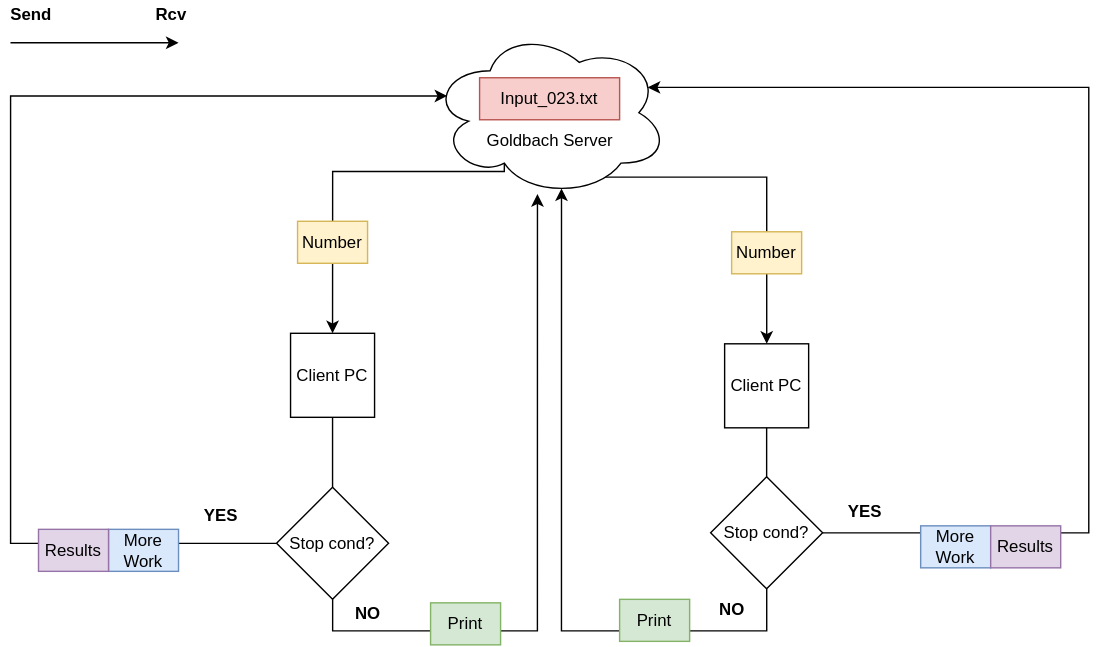
Earlier version of the draw.io export goldbach_server/design/server_design.svg (LeonelCamposM/Goldbach-sConjecture). Source tidied: cells renumbered, new cells last; positions are measured from the earlier drawing's top-left corner, leaving out a move shared by most shapes.
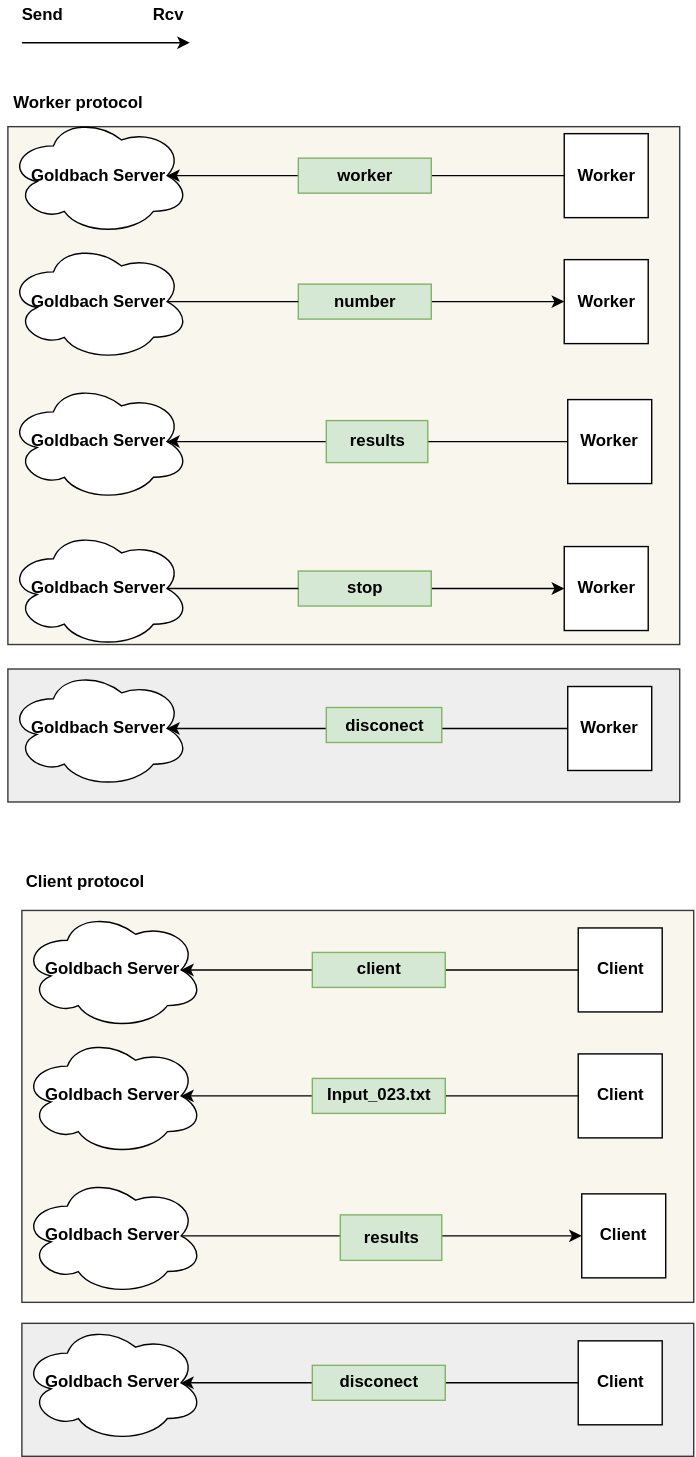
Above is the later version.

Commit message:
update design protocol

Diff of the diagram source:
```diff
@@ -2,130 +2,149 @@
   <root>
     <mxCell id="0" />
     <mxCell id="1" parent="0" />
-    <mxCell id="2" style="edgeStyle=orthogonalEdgeStyle;rounded=0;jettySize=auto;html=1;entryX=0.5;entryY=0;entryDx=0;entryDy=0;exitX=0.31;exitY=0.8;exitDx=0;exitDy=0;exitPerimeter=0;" parent="1" edge="1" source="4" target="5">
-      <mxGeometry relative="1" as="geometry">
-        <Array as="points">
-          <mxPoint x="230" y="122" />
-        </Array>
-      </mxGeometry>
-    </mxCell>
-    <mxCell id="3" style="edgeStyle=orthogonalEdgeStyle;rounded=0;jettySize=auto;html=1;exitX=0.55;exitY=0.95;exitDx=0;exitDy=0;exitPerimeter=0;" parent="1" edge="1" source="4" target="6">
-      <mxGeometry relative="1" as="geometry">
-        <Array as="points">
-          <mxPoint x="394" y="126" />
-          <mxPoint x="540" y="126" />
-        </Array>
-      </mxGeometry>
-    </mxCell>
-    <mxCell id="4" style="ellipse;shape=cloud;whiteSpace=wrap;html=1;" parent="1" vertex="1">
-      <mxGeometry x="300" y="20" width="170" height="120" as="geometry" />
-    </mxCell>
-    <mxCell id="5" value="Client PC" style="whiteSpace=wrap;html=1;" parent="1" vertex="1">
-      <mxGeometry x="200" y="237.5" width="60" height="60" as="geometry" />
-    </mxCell>
+    <mxCell id="33" style="rounded=0;whiteSpace=wrap;html=1;fontFamily=Helvetica;fillColor=#f9f7ed;strokeColor=#36393d;" parent="1" vertex="1">
+      <mxGeometry x="70" y="20" width="480" height="370" as="geometry" />
+    </mxCell>
+    <mxCell id="34" style="rounded=0;whiteSpace=wrap;html=1;fontFamily=Helvetica;fillColor=#eeeeee;strokeColor=#36393d;" parent="1" vertex="1">
+      <mxGeometry x="70" y="407.5" width="480" height="95" as="geometry" />
+    </mxCell>
+    <mxCell id="35" style="rounded=0;whiteSpace=wrap;html=1;fontFamily=Helvetica;fillColor=#eeeeee;strokeColor=#36393d;" parent="1" vertex="1">
+      <mxGeometry x="80" y="875" width="480" height="95" as="geometry" />
+    </mxCell>
+    <mxCell id="36" style="rounded=0;whiteSpace=wrap;html=1;fontFamily=Helvetica;fillColor=#f9f7ed;strokeColor=#36393d;" parent="1" vertex="1">
+      <mxGeometry x="80" y="580" width="480" height="280" as="geometry" />
+    </mxCell>
+    <mxCell id="37" style="edgeStyle=orthogonalEdgeStyle;rounded=0;jettySize=auto;html=1;fontFamily=Helvetica;entryX=0.875;entryY=0.5;entryDx=0;entryDy=0;entryPerimeter=0;" parent="1" edge="1" source="6" target="45">
+      <mxGeometry relative="1" as="geometry" />
+    </mxCell>
-    <mxCell id="6" value="Client PC" style="whiteSpace=wrap;html=1;" parent="1" vertex="1">
-      <mxGeometry x="510" y="245" width="60" height="60" as="geometry" />
+    <mxCell id="6" value="&lt;b&gt;Worker&lt;/b&gt;" style="whiteSpace=wrap;html=1;" parent="1" vertex="1">
+      <mxGeometry x="470" y="215" width="60" height="60" as="geometry" />
     </mxCell>
-    <mxCell id="7" value="Input_023.txt" style="text;html=1;strokeColor=#b85450;fillColor=#f8cecc;align=center;verticalAlign=middle;whiteSpace=wrap;rounded=0;" parent="1" vertex="1">
-      <mxGeometry x="335" y="55" width="100" height="30" as="geometry" />
-    </mxCell>
-    <mxCell id="8" value="Number" style="text;html=1;strokeColor=#d6b656;fillColor=#fff2cc;align=center;verticalAlign=middle;whiteSpace=wrap;rounded=0;" parent="1" vertex="1">
-      <mxGeometry x="205" y="157.5" width="50" height="30" as="geometry" />
-    </mxCell>
-    <mxCell id="9" value="Number" style="text;html=1;strokeColor=#d6b656;fillColor=#fff2cc;align=center;verticalAlign=middle;whiteSpace=wrap;rounded=0;" parent="1" vertex="1">
-      <mxGeometry x="515" y="165" width="50" height="30" as="geometry" />
-    </mxCell>
-    <mxCell id="10" style="edgeStyle=orthogonalEdgeStyle;rounded=0;jettySize=auto;html=1;entryX=0.449;entryY=0.984;entryDx=0;entryDy=0;entryPerimeter=0;" parent="1" edge="1" source="12" target="4">
-      <mxGeometry relative="1" as="geometry">
-        <Array as="points">
-          <mxPoint x="230" y="450" />
-          <mxPoint x="376" y="450" />
-        </Array>
-      </mxGeometry>
-    </mxCell>
-    <mxCell id="11" style="edgeStyle=orthogonalEdgeStyle;rounded=0;jettySize=auto;html=1;entryX=0.07;entryY=0.4;entryDx=0;entryDy=0;entryPerimeter=0;" parent="1" edge="1" source="12" target="4">
-      <mxGeometry relative="1" as="geometry">
-        <Array as="points">
-          <mxPoint y="388" />
-          <mxPoint y="68" />
-        </Array>
-      </mxGeometry>
-    </mxCell>
-    <mxCell id="12" value="Stop cond?" style="rhombus;whiteSpace=wrap;html=1;" parent="1" vertex="1">
-      <mxGeometry x="190" y="347.5" width="80" height="80" as="geometry" />
-    </mxCell>
-    <mxCell id="13" style="edgeStyle=orthogonalEdgeStyle;rounded=0;jettySize=auto;html=1;entryX=0.912;entryY=0.349;entryDx=0;entryDy=0;entryPerimeter=0;" parent="1" edge="1" source="15" target="4">
-      <mxGeometry relative="1" as="geometry">
-        <Array as="points">
-          <mxPoint x="770" y="380" />
-          <mxPoint x="770" y="62" />
-        </Array>
-      </mxGeometry>
-    </mxCell>
-    <mxCell id="14" style="edgeStyle=orthogonalEdgeStyle;rounded=0;jettySize=auto;html=1;entryX=0.55;entryY=0.95;entryDx=0;entryDy=0;entryPerimeter=0;" parent="1" edge="1" source="15" target="4">
-      <mxGeometry relative="1" as="geometry">
-        <Array as="points">
-          <mxPoint x="540" y="450" />
-          <mxPoint x="394" y="450" />
-        </Array>
-      </mxGeometry>
-    </mxCell>
-    <mxCell id="15" value="Stop cond?" style="rhombus;whiteSpace=wrap;html=1;" parent="1" vertex="1">
-      <mxGeometry x="500" y="340" width="80" height="80" as="geometry" />
-    </mxCell>
-    <mxCell id="16" value="&lt;b&gt;YES&lt;/b&gt;" style="text;html=1;align=center;verticalAlign=middle;strokeColor=none;fillColor=none;" parent="1" vertex="1">
-      <mxGeometry x="590" y="355" width="40" height="20" as="geometry" />
-    </mxCell>
-    <mxCell id="17" value="&lt;b&gt;YES&lt;/b&gt;" style="text;html=1;align=center;verticalAlign=middle;strokeColor=none;fillColor=none;" parent="1" vertex="1">
-      <mxGeometry x="130" y="357.5" width="40" height="20" as="geometry" />
-    </mxCell>
-    <mxCell id="18" value="&lt;b&gt;NO&lt;/b&gt;" style="text;html=1;align=center;verticalAlign=middle;strokeColor=none;fillColor=none;" parent="1" vertex="1">
-      <mxGeometry x="240" y="427.5" width="30" height="20" as="geometry" />
-    </mxCell>
-    <mxCell id="19" value="&lt;b&gt;NO&lt;/b&gt;" style="text;html=1;align=center;verticalAlign=middle;strokeColor=none;fillColor=none;" parent="1" vertex="1">
-      <mxGeometry x="500" y="425" width="30" height="20" as="geometry" />
-    </mxCell>
-    <mxCell id="20" value="&lt;b&gt;&lt;br&gt;&lt;/b&gt;" style="text;html=1;align=center;verticalAlign=middle;strokeColor=none;fillColor=none;" parent="1" vertex="1">
-      <mxGeometry x="200" y="187.5" width="20" height="20" as="geometry" />
-    </mxCell>
     <mxCell id="21" style="endArrow=classic;html=1;rounded=0;" parent="1" edge="1">
       <mxGeometry relative="1" as="geometry">
-        <mxPoint y="30" as="sourcePoint" />
-        <mxPoint x="120" y="30" as="targetPoint" />
+        <mxPoint x="80" y="-40" as="sourcePoint" />
+        <mxPoint x="200" y="-40" as="targetPoint" />
       </mxGeometry>
     </mxCell>
     <mxCell id="22" value="&lt;b&gt;Send&lt;/b&gt;" style="text;html=1;strokeColor=none;fillColor=none;align=center;verticalAlign=middle;whiteSpace=wrap;rounded=0;" parent="1" vertex="1">
-      <mxGeometry width="30" height="20" as="geometry" />
+      <mxGeometry x="80" y="-70" width="30" height="20" as="geometry" />
     </mxCell>
     <mxCell id="23" value="&lt;b&gt;Rcv&lt;/b&gt;" style="text;html=1;strokeColor=none;fillColor=none;align=center;verticalAlign=middle;whiteSpace=wrap;rounded=0;" parent="1" vertex="1">
-      <mxGeometry x="100" width="30" height="20" as="geometry" />
+      <mxGeometry x="170" y="-70" width="30" height="20" as="geometry" />
     </mxCell>
-    <mxCell id="24" value="More Work" style="text;html=1;strokeColor=#6c8ebf;fillColor=#dae8fc;align=center;verticalAlign=middle;whiteSpace=wrap;rounded=0;" parent="1" vertex="1">
-      <mxGeometry x="650" y="375" width="50" height="30" as="geometry" />
-    </mxCell>
-    <mxCell id="25" value="Print" style="text;html=1;strokeColor=#82b366;fillColor=#d5e8d4;align=center;verticalAlign=middle;whiteSpace=wrap;rounded=0;" parent="1" vertex="1">
-      <mxGeometry x="300" y="430" width="50" height="30" as="geometry" />
-    </mxCell>
-    <mxCell id="26" value="Print" style="text;html=1;strokeColor=#82b366;fillColor=#d5e8d4;align=center;verticalAlign=middle;whiteSpace=wrap;rounded=0;" parent="1" vertex="1">
-      <mxGeometry x="435" y="427.5" width="50" height="30" as="geometry" />
-    </mxCell>
-    <mxCell id="27" style="endArrow=none;html=1;rounded=0;entryX=0.5;entryY=1;entryDx=0;entryDy=0;" parent="1" edge="1" source="15" target="6">
-      <mxGeometry relative="1" as="geometry" />
-    </mxCell>
-    <mxCell id="28" style="endArrow=none;html=1;rounded=0;entryX=0.5;entryY=1;entryDx=0;entryDy=0;" parent="1" edge="1" source="12" target="5">
-      <mxGeometry relative="1" as="geometry" />
-    </mxCell>
-    <mxCell id="29" value="&lt;span&gt;Goldbach Server&lt;/span&gt;" style="text;html=1;align=center;verticalAlign=middle;strokeColor=none;fillColor=none;" parent="1" vertex="1">
-      <mxGeometry x="330" y="90" width="110" height="20" as="geometry" />
-    </mxCell>
-    <mxCell id="30" value="Results" style="text;html=1;strokeColor=#9673a6;fillColor=#e1d5e7;align=center;verticalAlign=middle;whiteSpace=wrap;rounded=0;" parent="1" vertex="1">
-      <mxGeometry x="700" y="375" width="50" height="30" as="geometry" />
-    </mxCell>
-    <mxCell id="31" value="More Work" style="text;html=1;strokeColor=#6c8ebf;fillColor=#dae8fc;align=center;verticalAlign=middle;whiteSpace=wrap;rounded=0;" parent="1" vertex="1">
-      <mxGeometry x="70" y="377.5" width="50" height="30" as="geometry" />
-    </mxCell>
-    <mxCell id="32" value="Results" style="text;html=1;strokeColor=#9673a6;fillColor=#e1d5e7;align=center;verticalAlign=middle;whiteSpace=wrap;rounded=0;" parent="1" vertex="1">
-      <mxGeometry x="20" y="377.5" width="50" height="30" as="geometry" />
-    </mxCell>
+    <mxCell id="38" value="&lt;b&gt;Worker protocol&lt;/b&gt;" style="text;html=1;align=center;verticalAlign=middle;strokeColor=none;fillColor=none;" parent="1" vertex="1">
+      <mxGeometry x="65" y="-7.5" width="110" height="20" as="geometry" />
+    </mxCell>
+    <mxCell id="39" value="&lt;b&gt;Client protocol&lt;/b&gt;" style="text;html=1;align=center;verticalAlign=middle;strokeColor=none;fillColor=none;" parent="1" vertex="1">
+      <mxGeometry x="75" y="550" width="100" height="20" as="geometry" />
+    </mxCell>
+    <mxCell id="40" style="edgeStyle=orthogonalEdgeStyle;rounded=0;jettySize=auto;html=1;fontFamily=Helvetica;startArrow=none;" parent="1" edge="1" source="43" target="41">
+      <mxGeometry relative="1" as="geometry" />
+    </mxCell>
+    <mxCell id="41" value="&lt;b&gt;Worker&lt;/b&gt;" style="whiteSpace=wrap;html=1;" parent="1" vertex="1">
+      <mxGeometry x="467.5" y="115" width="60" height="60" as="geometry" />
+    </mxCell>
+    <mxCell id="42" value="&lt;b&gt;results&lt;/b&gt;" style="text;html=1;strokeColor=#82b366;fillColor=#d5e8d4;align=center;verticalAlign=middle;whiteSpace=wrap;rounded=0;" parent="1" vertex="1">
+      <mxGeometry x="297.5" y="230" width="72.5" height="30" as="geometry" />
+    </mxCell>
+    <mxCell id="43" value="&lt;b&gt;number&lt;/b&gt;" style="text;html=1;strokeColor=#82b366;fillColor=#d5e8d4;align=center;verticalAlign=middle;whiteSpace=wrap;rounded=0;" parent="1" vertex="1">
+      <mxGeometry x="277.5" y="132.5" width="95" height="25" as="geometry" />
+    </mxCell>
+    <mxCell id="44" style="edgeStyle=orthogonalEdgeStyle;rounded=0;jettySize=auto;html=1;fontFamily=Helvetica;endArrow=none;exitX=0.875;exitY=0.5;exitDx=0;exitDy=0;exitPerimeter=0;" parent="1" edge="1" source="54" target="43">
+      <mxGeometry relative="1" as="geometry" />
+    </mxCell>
+    <mxCell id="45" value="&lt;b&gt;Goldbach Server&lt;/b&gt;" style="ellipse;shape=cloud;whiteSpace=wrap;html=1;" parent="1" vertex="1">
+      <mxGeometry x="70" y="202.5" width="130" height="85" as="geometry" />
+    </mxCell>
+    <mxCell id="46" style="edgeStyle=orthogonalEdgeStyle;rounded=0;jettySize=auto;html=1;fontFamily=Helvetica;entryX=0.875;entryY=0.5;entryDx=0;entryDy=0;entryPerimeter=0;" parent="1" edge="1" source="47" target="53">
+      <mxGeometry relative="1" as="geometry" />
+    </mxCell>
+    <mxCell id="47" value="&lt;b&gt;Worker&lt;/b&gt;" style="whiteSpace=wrap;html=1;" parent="1" vertex="1">
+      <mxGeometry x="470" y="420" width="60" height="60" as="geometry" />
+    </mxCell>
+    <mxCell id="48" style="edgeStyle=orthogonalEdgeStyle;rounded=0;jettySize=auto;html=1;fontFamily=Helvetica;startArrow=none;" parent="1" edge="1" source="51" target="49">
+      <mxGeometry relative="1" as="geometry" />
+    </mxCell>
+    <mxCell id="49" value="&lt;b&gt;Worker&lt;/b&gt;" style="whiteSpace=wrap;html=1;" parent="1" vertex="1">
+      <mxGeometry x="467.5" y="320" width="60" height="60" as="geometry" />
+    </mxCell>
+    <mxCell id="50" value="&lt;b&gt;disconect&lt;/b&gt;" style="text;html=1;strokeColor=#82b366;fillColor=#d5e8d4;align=center;verticalAlign=middle;whiteSpace=wrap;rounded=0;" parent="1" vertex="1">
+      <mxGeometry x="297.5" y="435" width="82.5" height="25" as="geometry" />
+    </mxCell>
+    <mxCell id="51" value="&lt;b&gt;stop&lt;/b&gt;" style="text;html=1;strokeColor=#82b366;fillColor=#d5e8d4;align=center;verticalAlign=middle;whiteSpace=wrap;rounded=0;" parent="1" vertex="1">
+      <mxGeometry x="277.5" y="337.5" width="95" height="25" as="geometry" />
+    </mxCell>
+    <mxCell id="52" style="edgeStyle=orthogonalEdgeStyle;rounded=0;jettySize=auto;html=1;fontFamily=Helvetica;endArrow=none;exitX=0.875;exitY=0.5;exitDx=0;exitDy=0;exitPerimeter=0;" parent="1" edge="1" source="55" target="51">
+      <mxGeometry relative="1" as="geometry" />
+    </mxCell>
+    <mxCell id="53" value="&lt;b&gt;Goldbach Server&lt;/b&gt;" style="ellipse;shape=cloud;whiteSpace=wrap;html=1;" parent="1" vertex="1">
+      <mxGeometry x="70" y="407.5" width="130" height="85" as="geometry" />
+    </mxCell>
+    <mxCell id="54" value="&lt;b&gt;Goldbach Server&lt;/b&gt;" style="ellipse;shape=cloud;whiteSpace=wrap;html=1;" parent="1" vertex="1">
+      <mxGeometry x="70" y="102.5" width="130" height="85" as="geometry" />
+    </mxCell>
+    <mxCell id="55" value="&lt;b&gt;Goldbach Server&lt;/b&gt;" style="ellipse;shape=cloud;whiteSpace=wrap;html=1;" parent="1" vertex="1">
+      <mxGeometry x="70" y="307.5" width="130" height="85" as="geometry" />
+    </mxCell>
+    <mxCell id="56" style="edgeStyle=orthogonalEdgeStyle;rounded=0;jettySize=auto;html=1;fontFamily=Helvetica;entryX=0.875;entryY=0.5;entryDx=0;entryDy=0;entryPerimeter=0;" parent="1" edge="1" source="57" target="59">
+      <mxGeometry relative="1" as="geometry" />
+    </mxCell>
+    <mxCell id="57" value="&lt;b&gt;Worker&lt;/b&gt;" style="whiteSpace=wrap;html=1;" parent="1" vertex="1">
+      <mxGeometry x="467.5" y="25" width="60" height="60" as="geometry" />
+    </mxCell>
+    <mxCell id="58" value="&lt;b&gt;worker&lt;/b&gt;" style="text;html=1;strokeColor=#82b366;fillColor=#d5e8d4;align=center;verticalAlign=middle;whiteSpace=wrap;rounded=0;" parent="1" vertex="1">
+      <mxGeometry x="277.5" y="42.5" width="95" height="25" as="geometry" />
+    </mxCell>
+    <mxCell id="59" value="&lt;b&gt;Goldbach Server&lt;/b&gt;" style="ellipse;shape=cloud;whiteSpace=wrap;html=1;" parent="1" vertex="1">
+      <mxGeometry x="70" y="12.5" width="130" height="85" as="geometry" />
+    </mxCell>
+    <mxCell id="60" value="&lt;b&gt;Client&lt;/b&gt;" style="whiteSpace=wrap;html=1;" parent="1" vertex="1">
+      <mxGeometry x="480" y="782.5" width="60" height="60" as="geometry" />
+    </mxCell>
+    <mxCell id="61" style="edgeStyle=orthogonalEdgeStyle;rounded=0;jettySize=auto;html=1;fontFamily=Helvetica;exitX=0.875;exitY=0.5;exitDx=0;exitDy=0;exitPerimeter=0;" parent="1" edge="1" source="62" target="60">
+      <mxGeometry relative="1" as="geometry" />
+    </mxCell>
+    <mxCell id="62" value="&lt;b&gt;Goldbach Server&lt;/b&gt;" style="ellipse;shape=cloud;whiteSpace=wrap;html=1;" parent="1" vertex="1">
+      <mxGeometry x="80" y="770" width="130" height="85" as="geometry" />
+    </mxCell>
+    <mxCell id="63" style="edgeStyle=orthogonalEdgeStyle;rounded=0;jettySize=auto;html=1;entryX=0.875;entryY=0.5;entryDx=0;entryDy=0;entryPerimeter=0;fontFamily=Helvetica;" parent="1" edge="1" source="64" target="67">
+      <mxGeometry relative="1" as="geometry" />
+    </mxCell>
+    <mxCell id="64" value="&lt;b&gt;Client&lt;/b&gt;" style="whiteSpace=wrap;html=1;" parent="1" vertex="1">
+      <mxGeometry x="477.5" y="887.5" width="60" height="60" as="geometry" />
+    </mxCell>
+    <mxCell id="65" value="&lt;b&gt;disconect&lt;/b&gt;" style="text;html=1;strokeColor=#82b366;fillColor=#d5e8d4;align=center;verticalAlign=middle;whiteSpace=wrap;rounded=0;" parent="1" vertex="1">
+      <mxGeometry x="287.5" y="905" width="95" height="25" as="geometry" />
+    </mxCell>
+    <mxCell id="66" value="&lt;b&gt;Goldbach Server&lt;/b&gt;" style="ellipse;shape=cloud;whiteSpace=wrap;html=1;" parent="1" vertex="1">
+      <mxGeometry x="80" y="670" width="130" height="85" as="geometry" />
+    </mxCell>
+    <mxCell id="67" value="&lt;b&gt;Goldbach Server&lt;/b&gt;" style="ellipse;shape=cloud;whiteSpace=wrap;html=1;" parent="1" vertex="1">
+      <mxGeometry x="80" y="875" width="130" height="85" as="geometry" />
+    </mxCell>
+    <mxCell id="68" style="edgeStyle=orthogonalEdgeStyle;rounded=0;jettySize=auto;html=1;fontFamily=Helvetica;entryX=0.875;entryY=0.5;entryDx=0;entryDy=0;entryPerimeter=0;" parent="1" edge="1" source="69" target="71">
+      <mxGeometry relative="1" as="geometry" />
+    </mxCell>
+    <mxCell id="69" value="&lt;b&gt;Client&lt;/b&gt;" style="whiteSpace=wrap;html=1;" parent="1" vertex="1">
+      <mxGeometry x="477.5" y="592.5" width="60" height="60" as="geometry" />
+    </mxCell>
+    <mxCell id="70" value="&lt;b&gt;client&lt;/b&gt;" style="text;html=1;strokeColor=#82b366;fillColor=#d5e8d4;align=center;verticalAlign=middle;whiteSpace=wrap;rounded=0;" parent="1" vertex="1">
+      <mxGeometry x="287.5" y="610" width="95" height="25" as="geometry" />
+    </mxCell>
+    <mxCell id="71" value="&lt;b&gt;Goldbach Server&lt;/b&gt;" style="ellipse;shape=cloud;whiteSpace=wrap;html=1;" parent="1" vertex="1">
+      <mxGeometry x="80" y="580" width="130" height="85" as="geometry" />
+    </mxCell>
+    <mxCell id="72" style="edgeStyle=orthogonalEdgeStyle;rounded=0;jettySize=auto;html=1;entryX=0.875;entryY=0.5;entryDx=0;entryDy=0;entryPerimeter=0;fontFamily=Helvetica;" parent="1" edge="1" source="73" target="66">
+      <mxGeometry relative="1" as="geometry" />
+    </mxCell>
+    <mxCell id="73" value="&lt;b&gt;Client&lt;/b&gt;" style="whiteSpace=wrap;html=1;" parent="1" vertex="1">
+      <mxGeometry x="477.5" y="682.5" width="60" height="60" as="geometry" />
+    </mxCell>
+    <mxCell id="7" value="&lt;b&gt;Input_023.txt&lt;/b&gt;" style="text;html=1;strokeColor=#82b366;fillColor=#d5e8d4;align=center;verticalAlign=middle;whiteSpace=wrap;rounded=0;" parent="1" vertex="1">
+      <mxGeometry x="287.5" y="700" width="95" height="25" as="geometry" />
+    </mxCell>
+    <mxCell id="74" value="&lt;b&gt;results&lt;/b&gt;" style="text;html=1;strokeColor=#82b366;fillColor=#d5e8d4;align=center;verticalAlign=middle;whiteSpace=wrap;rounded=0;" parent="1" vertex="1">
+      <mxGeometry x="307.5" y="797.5" width="72.5" height="32.5" as="geometry" />
+    </mxCell>
   </root>
 </mxGraphModel>
```
